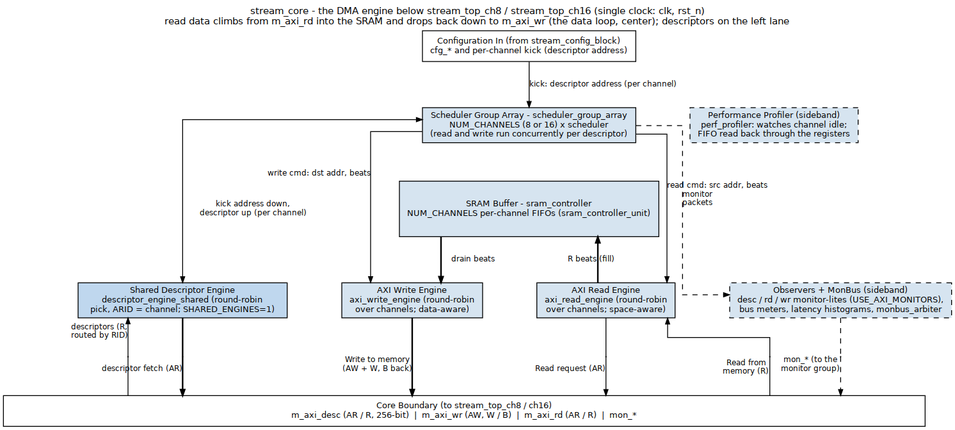
The Graphviz diagram projects/components/dma-ip/stream/docs/stream_mas/assets/graphviz/01_stream_core.png in sean-galloway/RTLDesignSherpa, before a commit. Its source is kept beside it as projects/components/dma-ip/stream/docs/stream_mas/assets/graphviz/01_stream_core.dot.
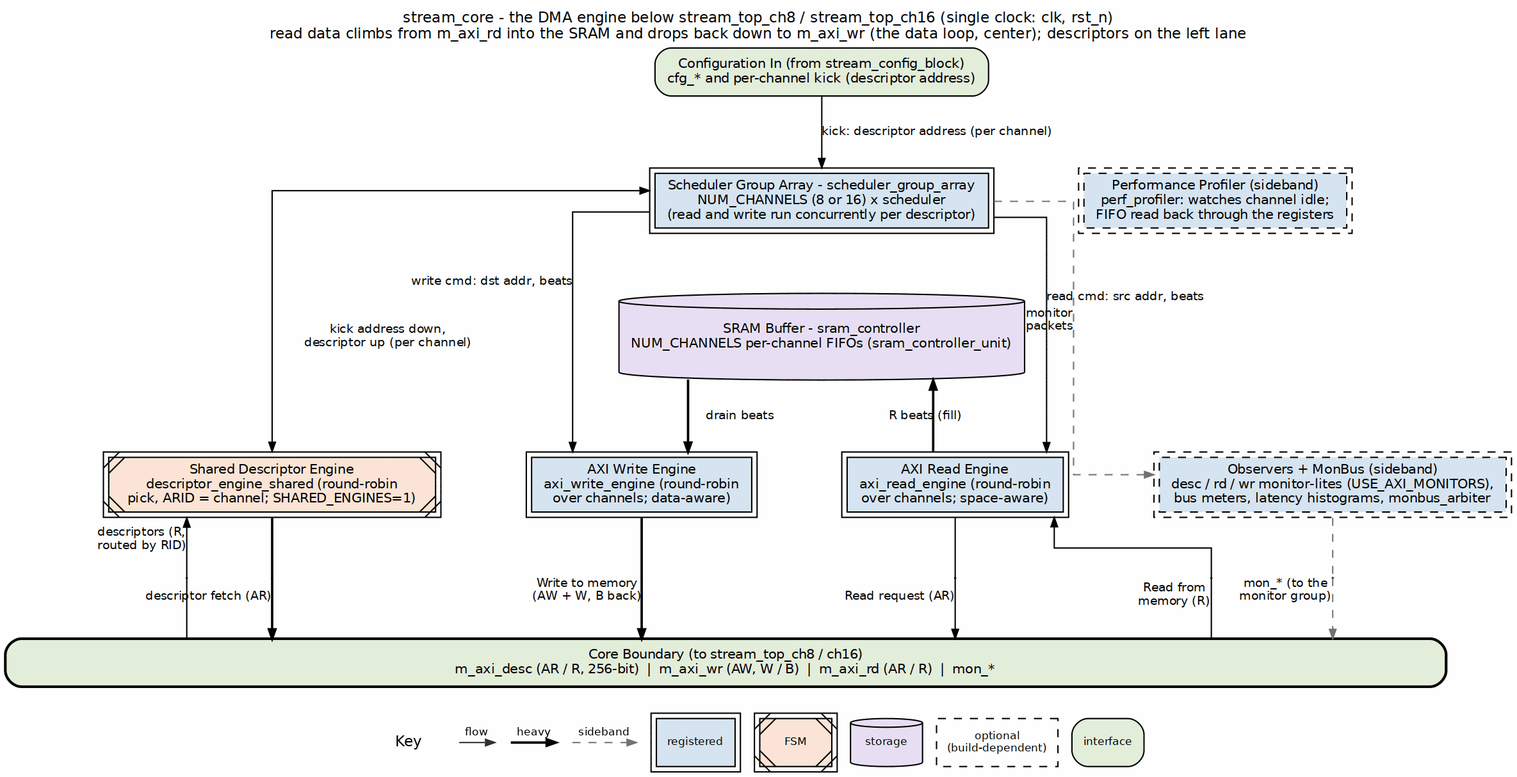
After the commit.

The edit, as a diff of the source:
```diff
@@ -4,26 +4,26 @@
            label="stream_core - the DMA engine below stream_top_ch8 / stream_top_ch16 (single clock: clk, rst_n)\nread data climbs from m_axi_rd into the SRAM and drops back down to m_axi_wr (the data loop, center); descriptors on the left lane",
            labelloc=t, labeljust=c];
     node  [fontname="Helvetica", fontsize=10, shape=box, style=filled,
-           fillcolor="#D6E4F0", color="black", margin="0.12,0.06"];
+           fillcolor="white", color="black", margin="0.12,0.06"];
     edge  [fontname="Helvetica", fontsize=9, color="black", arrowsize=0.7];
 
-    s_apb [label="Configuration In (from stream_config_block)\ncfg_* and per-channel kick (descriptor address)", fillcolor="white", group=C];
-    sram  [label="SRAM Buffer - sram_controller\nNUM_CHANNELS per-channel FIFOs (sram_controller_unit)", height=0.9, width=3.6, group=C];
-    sga   [label="Scheduler Group Array - scheduler_group_array\nNUM_CHANNELS (8 or 16) x scheduler\n(read and write run concurrently per descriptor)", group=C];
-    wr    [label="AXI Write Engine\naxi_write_engine (round-robin\nover channels; data-aware)", group=L];
-    arb   [label="Shared Descriptor Engine\ndescriptor_engine_shared (round-robin\npick, ARID = channel; SHARED_ENGINES=1)", width=3.4, fillcolor="#BFD7EE", group=A];
-    mon   [label="Observers + MonBus (sideband)\ndesc / rd / wr monitor-lites (USE_AXI_MONITORS),\nbus meters, latency histograms, monbus_arbiter", style="filled,dashed", group=M];
-    rd    [label="AXI Read Engine\naxi_read_engine (round-robin\nover channels; space-aware)", group=R];
-    perf  [label="Performance Profiler (sideband)\nperf_profiler: watches channel idle;\nFIFO read back through the registers", style="filled,dashed", group=R];
+    s_apb [label="Configuration In (from stream_config_block)\ncfg_* and per-channel kick (descriptor address)", fillcolor="white", group=C, style="rounded,filled", fillcolor="#E2EFDA"];
+    sram  [label="SRAM Buffer - sram_controller\nNUM_CHANNELS per-channel FIFOs (sram_controller_unit)", height=0.9, width=3.6, group=C, shape=cylinder, style="filled", fillcolor="#E8DFF5"];
+    sga   [label="Scheduler Group Array - scheduler_group_array\nNUM_CHANNELS (8 or 16) x scheduler\n(read and write run concurrently per descriptor)", group=C, peripheries=2, style="filled", fillcolor="#D6E4F0"];
+    wr    [label="AXI Write Engine\naxi_write_engine (round-robin\nover channels; data-aware)", group=L, peripheries=2, style="filled", fillcolor="#D6E4F0"];
+    arb   [label="Shared Descriptor Engine\ndescriptor_engine_shared (round-robin\npick, ARID = channel; SHARED_ENGINES=1)", width=3.4, fillcolor="#BFD7EE", group=A, peripheries=2, style="filled,diagonals", fillcolor="#FCE4D6"];
+    mon   [label="Observers + MonBus (sideband)\ndesc / rd / wr monitor-lites (USE_AXI_MONITORS),\nbus meters, latency histograms, monbus_arbiter", style="filled,dashed", group=M, peripheries=2, style="filled,dashed", fillcolor="#D6E4F0"];
+    rd    [label="AXI Read Engine\naxi_read_engine (round-robin\nover channels; space-aware)", group=R, peripheries=2, style="filled", fillcolor="#D6E4F0"];
+    perf  [label="Performance Profiler (sideband)\nperf_profiler: watches channel idle;\nFIFO read back through the registers", style="filled,dashed", group=R, peripheries=2, style="filled,dashed", fillcolor="#D6E4F0"];
 
     mem [label="Core Boundary (to stream_top_ch8 / ch16)\nm_axi_desc (AR / R, 256-bit)  |  m_axi_wr (AW, W / B)  |  m_axi_rd (AR / R)  |  mon_*",
-         fillcolor="white", width=15.0, group=C];
+         fillcolor="white", width=15.0, group=C, style="rounded,filled,bold", fillcolor="#E2EFDA"];
 
     s_apb -> sga  [label="kick: descriptor address (per channel)"];
     sga   -> arb  [dir=both, label="kick address down,\ndescriptor up (per channel)"];
     sga   -> wr   [xlabel="write cmd: dst addr, beats"];
     sga   -> rd   [xlabel="read cmd: src addr, beats"];
-    sga   -> mon  [style=dashed, xlabel="monitor\npackets"];
+    sga   -> mon  [style=dashed, color="#777777", xlabel="monitor\npackets"];
     sram  -> wr   [label="drain beats", penwidth=1.8];
 
     p_wr  [shape=point, width=0.01, group=L];
@@ -43,8 +43,8 @@
     p_cmd -> mem  [xlabel="descriptor fetch (AR)", penwidth=1.8, tailclip=false];
     arb  -> p_dr  [dir=back, headclip=false, xlabel="descriptors (R,\nrouted by RID)"];
     p_dr -> mem   [dir=none, tailclip=false];
-    mon  -> p_mn  [arrowhead=none, headclip=false, style=dashed];
-    p_mn -> mem   [style=dashed, xlabel="mon_* (to the\nmonitor group)", tailclip=false];
+    mon  -> p_mn  [arrowhead=none, headclip=false, style=dashed, color="#777777"];
+    p_mn -> mem   [style=dashed, color="#777777", xlabel="mon_* (to the\nmonitor group)", tailclip=false];
     rd   -> p_ar  [arrowhead=none, headclip=false];
     p_ar -> mem   [xlabel="Read request (AR)", tailclip=false];
     rd   -> p_rd  [dir=back, headclip=false];
```
